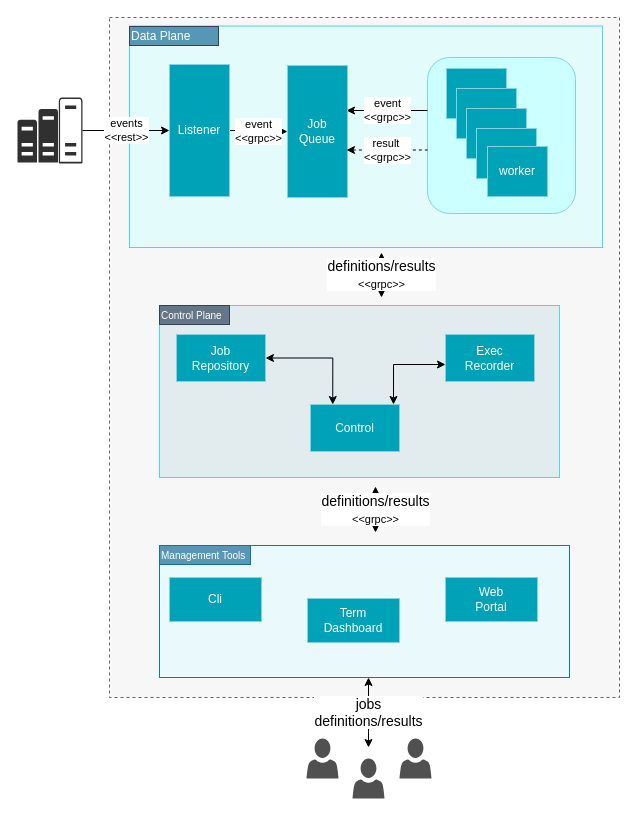
Above: page "Page-1" (1 of 2) of docs/Jobico.drawio in andrescosta/jobico-fn (draw.io), before the change. Source tidied: cells renumbered, new cells numbered last; positions are measured from the earlier drawing's top-left corner, leaving out a move shared by most shapes. Both pictures are drawn from the tidied source at 100%, with x=0, y=0 at pixel (17, 17).
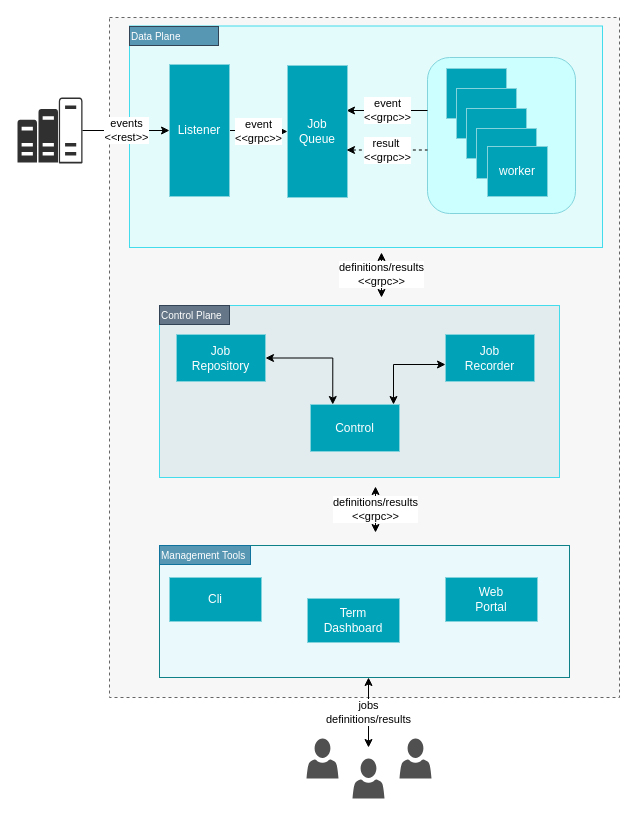
The same page after the edit.

Change to the diagram source:
```diff
@@
-    <mxCell id="20" value="Exec&lt;br&gt;Recorder" style="rounded=0;whiteSpace=wrap;html=1;fillColor=#00A2B8;strokeColor=#82D3DC;fontColor=#ffffff;" parent="1" vertex="1">
+    <mxCell id="20" value="Job&lt;br&gt;Recorder" style="rounded=0;whiteSpace=wrap;html=1;fillColor=#00A2B8;strokeColor=#82D3DC;fontColor=#ffffff;" parent="1" vertex="1">
       <mxGeometry x="428" y="317" width="89" height="47" as="geometry" />
     </mxCell>
@@
-    <mxCell id="25" value="definitions/results&lt;br&gt;&lt;font style=&quot;font-size: 11px;&quot;&gt;&amp;lt;&amp;lt;grpc&amp;gt;&amp;gt;&lt;/font&gt;" style="edgeStyle=elbowEdgeStyle;rounded=0;elbow=horizontal;html=1;labelBackgroundColor=#ffffff;startArrow=classic;startFill=1;startSize=6;endArrow=classic;endFill=1;endSize=6;jettySize=auto;orthogonalLoop=1;strokeWidth=1;fontSize=14;" parent="1" edge="1">
+    <mxCell id="25" value="definitions/results&lt;br style=&quot;font-size: 11px;&quot;&gt;&lt;font style=&quot;font-size: 11px;&quot;&gt;&amp;lt;&amp;lt;grpc&amp;gt;&amp;gt;&lt;/font&gt;" style="edgeStyle=elbowEdgeStyle;rounded=0;elbow=horizontal;html=1;labelBackgroundColor=#ffffff;startArrow=classic;startFill=1;startSize=6;endArrow=classic;endFill=1;endSize=6;jettySize=auto;orthogonalLoop=1;strokeWidth=1;fontSize=11;" parent="1" edge="1">
       <mxGeometry relative="1" as="geometry">
         <mxPoint x="364" y="280" as="sourcePoint" />
         <mxPoint x="364" y="235" as="targetPoint" />
       </mxGeometry>
     </mxCell>
@@
-    <mxCell id="27" value="definitions/results&lt;br&gt;&lt;font style=&quot;font-size: 11px;&quot;&gt;&amp;lt;&amp;lt;grpc&amp;gt;&amp;gt;&lt;/font&gt;" style="edgeStyle=elbowEdgeStyle;rounded=0;elbow=horizontal;html=1;labelBackgroundColor=#ffffff;startArrow=classic;startFill=1;startSize=6;endArrow=classic;endFill=1;endSize=6;jettySize=auto;orthogonalLoop=1;strokeWidth=1;fontSize=14;" parent="1" edge="1">
+    <mxCell id="27" value="definitions/results&lt;br style=&quot;font-size: 11px;&quot;&gt;&lt;font style=&quot;font-size: 11px;&quot;&gt;&amp;lt;&amp;lt;grpc&amp;gt;&amp;gt;&lt;/font&gt;" style="edgeStyle=elbowEdgeStyle;rounded=0;elbow=horizontal;html=1;labelBackgroundColor=#ffffff;startArrow=classic;startFill=1;startSize=6;endArrow=classic;endFill=1;endSize=6;jettySize=auto;orthogonalLoop=1;strokeWidth=1;fontSize=11;" parent="1" edge="1">
       <mxGeometry relative="1" as="geometry">
         <mxPoint x="358" y="515" as="sourcePoint" />
         <mxPoint x="357.5" y="469" as="targetPoint" />
       </mxGeometry>
     </mxCell>
-    <mxCell id="28" value="Data Plane" style="rounded=0;whiteSpace=wrap;html=1;align=left;fillColor=#5897B3;fontColor=#ffffff;strokeColor=#314354;" parent="1" vertex="1">
+    <mxCell id="28" value="Data Plane" style="rounded=0;whiteSpace=wrap;html=1;align=left;fillColor=#5897B3;fontColor=#ffffff;strokeColor=#314354;fontSize=10;" parent="1" vertex="1">
       <mxGeometry x="112" y="9" width="89" height="19" as="geometry" />
     </mxCell>
@@
-    <mxCell id="33" value="jobs &lt;br&gt;definitions/results" style="edgeStyle=elbowEdgeStyle;rounded=0;elbow=vertical;html=1;labelBackgroundColor=#ffffff;startArrow=classic;startFill=1;startSize=6;endArrow=classic;endFill=1;endSize=6;jettySize=auto;orthogonalLoop=1;strokeWidth=1;fontSize=14;" parent="1" edge="1">
+    <mxCell id="33" value="jobs &lt;br style=&quot;font-size: 11px;&quot;&gt;definitions/results" style="edgeStyle=elbowEdgeStyle;rounded=0;elbow=vertical;html=1;labelBackgroundColor=#ffffff;startArrow=classic;startFill=1;startSize=6;endArrow=classic;endFill=1;endSize=6;jettySize=auto;orthogonalLoop=1;strokeWidth=1;fontSize=11;" parent="1" edge="1">
       <mxGeometry relative="1" as="geometry">
         <mxPoint x="351" y="730" as="sourcePoint" />
         <mxPoint x="351" y="660" as="targetPoint" />
       </mxGeometry>
     </mxCell>
```
